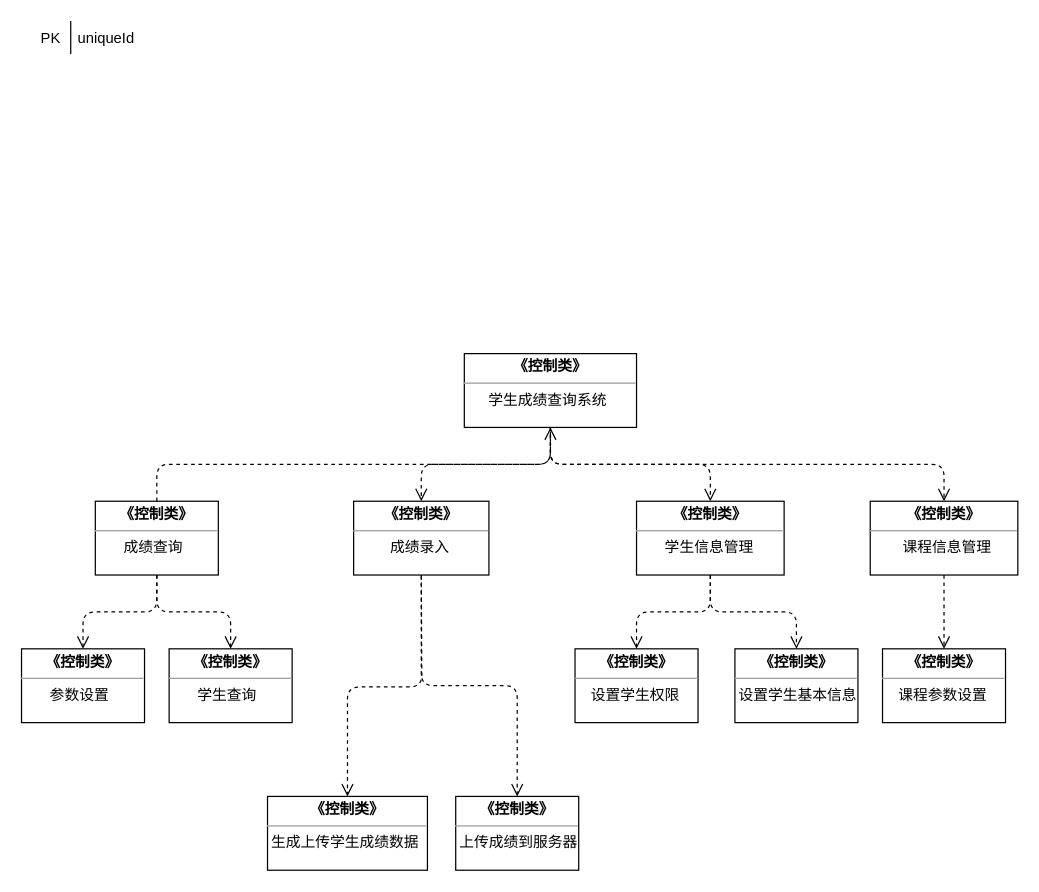
lds55/-UML keeps this draw.io diagram as 学生成绩查询系统控制类关系图.drawio. Above is the earlier version. Source tidied: cells renumbered, new cells numbered last; positions are measured from the earlier drawing's top-left corner, leaving out a move shared by most shapes. Both pictures are drawn from the tidied source at 123%, with x=0, y=0 at pixel (21, 21).
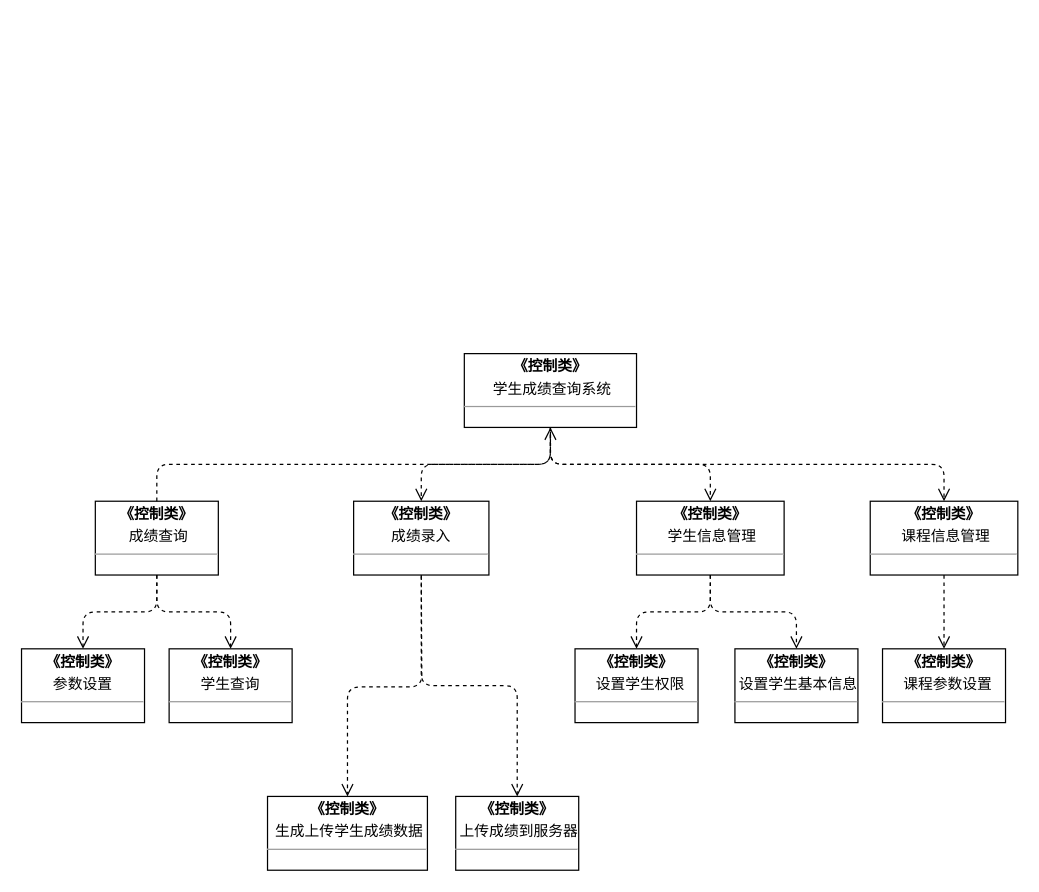
Above is the later version.

Commit message (it also covers changes not shown here):
更新学生成绩查询系统控制类关系图.drawio

Diff of the diagram source:
```diff
@@
-    <mxCell id="2" value="uniqueId" style="shape=partialRectangle;top=0;left=0;right=0;bottom=0;align=left;verticalAlign=top;fillColor=none;spacingLeft=34;spacingRight=4;overflow=hidden;fontSize=12;" parent="1" vertex="1">
-      <mxGeometry x="10" width="90" height="26" as="geometry" />
-    </mxCell>
-    <mxCell id="3" value="PK" style="shape=partialRectangle;top=0;left=0;bottom=0;fillColor=none;align=left;verticalAlign=top;spacingLeft=4;spacingRight=4;overflow=hidden;fontSize=12;" parent="2" vertex="1">
-      <mxGeometry width="30" height="26" as="geometry" />
-    </mxCell>
-    <mxCell id="4" value="&lt;p style=&quot;margin: 0px ; margin-top: 4px ; text-align: center&quot;&gt;&lt;b&gt;《控制类》&lt;/b&gt;&lt;/p&gt;&lt;hr size=&quot;1&quot;&gt;&lt;div style=&quot;height: 2px&quot;&gt;&amp;nbsp; &amp;nbsp; &amp;nbsp; 学生成绩查询系统&lt;/div&gt;" style="verticalAlign=top;align=left;overflow=fill;fontSize=12;fontFamily=Helvetica;html=1;" parent="1" vertex="1">
+    <mxCell id="4" value="&lt;p style=&quot;margin: 0px ; margin-top: 4px ; text-align: center&quot;&gt;&lt;b&gt;《控制类》&lt;/b&gt;&lt;/p&gt;&lt;p style=&quot;margin: 0px ; margin-top: 4px ; text-align: center&quot;&gt;&lt;span&gt;&amp;nbsp;学生成绩查询系统&lt;/span&gt;&lt;/p&gt;&lt;hr size=&quot;1&quot;&gt;&lt;div style=&quot;height: 2px&quot;&gt;&lt;br&gt;&lt;/div&gt;" style="verticalAlign=top;align=left;overflow=fill;fontSize=12;fontFamily=Helvetica;html=1;" parent="1" vertex="1">
       <mxGeometry x="360" y="270" width="140" height="60" as="geometry" />
     </mxCell>
-    <mxCell id="5" value="&lt;p style=&quot;margin: 0px ; margin-top: 4px ; text-align: center&quot;&gt;&lt;b&gt;《控制类》&lt;/b&gt;&lt;/p&gt;&lt;hr size=&quot;1&quot;&gt;&lt;div style=&quot;height: 2px&quot;&gt;&amp;nbsp; &amp;nbsp; &amp;nbsp; &amp;nbsp;成绩查询&lt;/div&gt;" style="verticalAlign=top;align=left;overflow=fill;fontSize=12;fontFamily=Helvetica;html=1;" parent="1" vertex="1">
+    <mxCell id="5" value="&lt;p style=&quot;margin: 0px ; margin-top: 4px ; text-align: center&quot;&gt;&lt;b&gt;《控制类》&lt;/b&gt;&lt;/p&gt;&lt;p style=&quot;margin: 0px ; margin-top: 4px ; text-align: center&quot;&gt;&lt;span&gt;&amp;nbsp;成绩查询&lt;/span&gt;&lt;/p&gt;&lt;hr size=&quot;1&quot;&gt;&lt;div style=&quot;height: 2px&quot;&gt;&lt;br&gt;&lt;/div&gt;" style="verticalAlign=top;align=left;overflow=fill;fontSize=12;fontFamily=Helvetica;html=1;" parent="1" vertex="1">
       <mxGeometry x="60" y="390" width="100" height="60" as="geometry" />
     </mxCell>
-    <mxCell id="6" value="&lt;p style=&quot;margin: 0px ; margin-top: 4px ; text-align: center&quot;&gt;&lt;b&gt;《控制类》&lt;/b&gt;&lt;/p&gt;&lt;hr size=&quot;1&quot;&gt;&lt;div style=&quot;height: 2px&quot;&gt;&amp;nbsp; &amp;nbsp; &amp;nbsp; &amp;nbsp; &amp;nbsp;成绩录入&lt;/div&gt;" style="verticalAlign=top;align=left;overflow=fill;fontSize=12;fontFamily=Helvetica;html=1;" parent="1" vertex="1">
+    <mxCell id="6" value="&lt;p style=&quot;margin: 0px ; margin-top: 4px ; text-align: center&quot;&gt;&lt;b&gt;《控制类》&lt;/b&gt;&lt;/p&gt;&lt;p style=&quot;margin: 0px ; margin-top: 4px ; text-align: center&quot;&gt;&lt;span&gt;成绩录入&lt;/span&gt;&lt;/p&gt;&lt;hr size=&quot;1&quot;&gt;&lt;div style=&quot;height: 2px&quot;&gt;&lt;br&gt;&lt;/div&gt;" style="verticalAlign=top;align=left;overflow=fill;fontSize=12;fontFamily=Helvetica;html=1;" parent="1" vertex="1">
       <mxGeometry x="270" y="390" width="110" height="60" as="geometry" />
     </mxCell>
-    <mxCell id="7" value="&lt;p style=&quot;margin: 0px ; margin-top: 4px ; text-align: center&quot;&gt;&lt;b&gt;《控制类》&lt;/b&gt;&lt;/p&gt;&lt;hr size=&quot;1&quot;&gt;&lt;div style=&quot;height: 2px&quot;&gt;&amp;nbsp; &amp;nbsp; &amp;nbsp; &amp;nbsp;学生信息管理&lt;/div&gt;" style="verticalAlign=top;align=left;overflow=fill;fontSize=12;fontFamily=Helvetica;html=1;" parent="1" vertex="1">
+    <mxCell id="7" value="&lt;p style=&quot;margin: 0px ; margin-top: 4px ; text-align: center&quot;&gt;&lt;b&gt;《控制类》&lt;/b&gt;&lt;/p&gt;&lt;p style=&quot;margin: 0px ; margin-top: 4px ; text-align: center&quot;&gt;&lt;span&gt;&amp;nbsp;学生信息管理&lt;/span&gt;&lt;b&gt;&lt;br&gt;&lt;/b&gt;&lt;/p&gt;&lt;hr size=&quot;1&quot;&gt;&lt;div style=&quot;height: 2px&quot;&gt;&lt;br&gt;&lt;/div&gt;" style="verticalAlign=top;align=left;overflow=fill;fontSize=12;fontFamily=Helvetica;html=1;" parent="1" vertex="1">
       <mxGeometry x="500" y="390" width="120" height="60" as="geometry" />
     </mxCell>
-    <mxCell id="8" value="&lt;p style=&quot;margin: 0px ; margin-top: 4px ; text-align: center&quot;&gt;&lt;b&gt;《控制类》&lt;/b&gt;&lt;/p&gt;&lt;hr size=&quot;1&quot;&gt;&lt;div style=&quot;height: 2px&quot;&gt;&amp;nbsp; &amp;nbsp; &amp;nbsp; &amp;nbsp; 课程信息管理&lt;/div&gt;" style="verticalAlign=top;align=left;overflow=fill;fontSize=12;fontFamily=Helvetica;html=1;" parent="1" vertex="1">
+    <mxCell id="8" value="&lt;p style=&quot;margin: 0px ; margin-top: 4px ; text-align: center&quot;&gt;&lt;b&gt;《控制类》&lt;/b&gt;&lt;/p&gt;&lt;p style=&quot;margin: 0px ; margin-top: 4px ; text-align: center&quot;&gt;&lt;span&gt;&amp;nbsp;课程信息管理&lt;/span&gt;&lt;/p&gt;&lt;hr size=&quot;1&quot;&gt;&lt;div style=&quot;height: 2px&quot;&gt;&lt;br&gt;&lt;/div&gt;" style="verticalAlign=top;align=left;overflow=fill;fontSize=12;fontFamily=Helvetica;html=1;" parent="1" vertex="1">
       <mxGeometry x="690" y="390" width="120" height="60" as="geometry" />
     </mxCell>
@@
-    <mxCell id="13" value="&lt;p style=&quot;margin: 0px ; margin-top: 4px ; text-align: center&quot;&gt;&lt;b&gt;《控制类》&lt;/b&gt;&lt;/p&gt;&lt;hr size=&quot;1&quot;&gt;&lt;div style=&quot;height: 2px&quot;&gt;&amp;nbsp; &amp;nbsp; &amp;nbsp; &amp;nbsp;参数设置&lt;/div&gt;" style="verticalAlign=top;align=left;overflow=fill;fontSize=12;fontFamily=Helvetica;html=1;" parent="1" vertex="1">
+    <mxCell id="13" value="&lt;p style=&quot;margin: 0px ; margin-top: 4px ; text-align: center&quot;&gt;&lt;b&gt;《控制类》&lt;/b&gt;&lt;/p&gt;&lt;p style=&quot;margin: 0px ; margin-top: 4px ; text-align: center&quot;&gt;&lt;span&gt;参数设置&lt;/span&gt;&lt;/p&gt;&lt;hr size=&quot;1&quot;&gt;&lt;div style=&quot;height: 2px&quot;&gt;&lt;br&gt;&lt;/div&gt;" style="verticalAlign=top;align=left;overflow=fill;fontSize=12;fontFamily=Helvetica;html=1;" parent="1" vertex="1">
       <mxGeometry y="510" width="100" height="60" as="geometry" />
     </mxCell>
-    <mxCell id="14" value="&lt;p style=&quot;margin: 0px ; margin-top: 4px ; text-align: center&quot;&gt;&lt;b&gt;《控制类》&lt;/b&gt;&lt;/p&gt;&lt;hr size=&quot;1&quot;&gt;&lt;div style=&quot;height: 2px&quot;&gt;&amp;nbsp; &amp;nbsp; &amp;nbsp; &amp;nbsp;学生查询&lt;/div&gt;" style="verticalAlign=top;align=left;overflow=fill;fontSize=12;fontFamily=Helvetica;html=1;" parent="1" vertex="1">
+    <mxCell id="14" value="&lt;p style=&quot;margin: 0px ; margin-top: 4px ; text-align: center&quot;&gt;&lt;b&gt;《控制类》&lt;/b&gt;&lt;/p&gt;&lt;p style=&quot;margin: 0px ; margin-top: 4px ; text-align: center&quot;&gt;&lt;span&gt;学生查询&lt;/span&gt;&lt;/p&gt;&lt;hr size=&quot;1&quot;&gt;&lt;div style=&quot;height: 2px&quot;&gt;&lt;br&gt;&lt;/div&gt;" style="verticalAlign=top;align=left;overflow=fill;fontSize=12;fontFamily=Helvetica;html=1;" parent="1" vertex="1">
       <mxGeometry x="120" y="510" width="100" height="60" as="geometry" />
     </mxCell>
-    <mxCell id="15" value="&lt;p style=&quot;margin: 0px ; margin-top: 4px ; text-align: center&quot;&gt;&lt;b&gt;《控制类》&lt;/b&gt;&lt;/p&gt;&lt;hr size=&quot;1&quot;&gt;&lt;div style=&quot;height: 2px&quot;&gt;&amp;nbsp;生成上传学生&lt;span&gt;成绩数据&lt;/span&gt;&lt;/div&gt;" style="verticalAlign=top;align=left;overflow=fill;fontSize=12;fontFamily=Helvetica;html=1;" parent="1" vertex="1">
+    <mxCell id="15" value="&lt;p style=&quot;margin: 0px ; margin-top: 4px ; text-align: center&quot;&gt;&lt;b&gt;《控制类》&lt;/b&gt;&lt;/p&gt;&lt;p style=&quot;margin: 0px ; margin-top: 4px ; text-align: center&quot;&gt;&lt;span&gt;&amp;nbsp;生成上传学生&lt;/span&gt;&lt;span&gt;成绩数据&lt;/span&gt;&lt;b&gt;&lt;br&gt;&lt;/b&gt;&lt;/p&gt;&lt;hr size=&quot;1&quot;&gt;&lt;div style=&quot;height: 2px&quot;&gt;&lt;br&gt;&lt;/div&gt;" style="verticalAlign=top;align=left;overflow=fill;fontSize=12;fontFamily=Helvetica;html=1;" parent="1" vertex="1">
       <mxGeometry x="200" y="630" width="130" height="60" as="geometry" />
     </mxCell>
-    <mxCell id="16" value="&lt;p style=&quot;margin: 0px ; margin-top: 4px ; text-align: center&quot;&gt;&lt;b&gt;《控制类》&lt;/b&gt;&lt;/p&gt;&lt;hr size=&quot;1&quot;&gt;&lt;div style=&quot;height: 2px&quot;&gt;&amp;nbsp;设置学生基本信息&lt;/div&gt;" style="verticalAlign=top;align=left;overflow=fill;fontSize=12;fontFamily=Helvetica;html=1;" parent="1" vertex="1">
+    <mxCell id="16" value="&lt;p style=&quot;margin: 0px ; margin-top: 4px ; text-align: center&quot;&gt;&lt;b&gt;《控制类》&lt;/b&gt;&lt;/p&gt;&lt;p style=&quot;margin: 0px ; margin-top: 4px ; text-align: center&quot;&gt;&lt;span&gt;&amp;nbsp;设置学生基本信息&lt;/span&gt;&lt;b&gt;&lt;br&gt;&lt;/b&gt;&lt;/p&gt;&lt;hr size=&quot;1&quot;&gt;&lt;div style=&quot;height: 2px&quot;&gt;&lt;br&gt;&lt;/div&gt;" style="verticalAlign=top;align=left;overflow=fill;fontSize=12;fontFamily=Helvetica;html=1;" parent="1" vertex="1">
       <mxGeometry x="580" y="510" width="100" height="60" as="geometry" />
     </mxCell>
-    <mxCell id="17" value="&lt;p style=&quot;margin: 0px ; margin-top: 4px ; text-align: center&quot;&gt;&lt;b&gt;《控制类》&lt;/b&gt;&lt;/p&gt;&lt;hr size=&quot;1&quot;&gt;&lt;div style=&quot;height: 2px&quot;&gt;&amp;nbsp; &amp;nbsp; 设置学生权限&lt;/div&gt;" style="verticalAlign=top;align=left;overflow=fill;fontSize=12;fontFamily=Helvetica;html=1;" parent="1" vertex="1">
+    <mxCell id="17" value="&lt;p style=&quot;margin: 0px ; margin-top: 4px ; text-align: center&quot;&gt;&lt;b&gt;《控制类》&lt;/b&gt;&lt;/p&gt;&lt;p style=&quot;margin: 0px ; margin-top: 4px ; text-align: center&quot;&gt;&lt;span&gt;&amp;nbsp; 设置学生权限&lt;/span&gt;&lt;b&gt;&lt;br&gt;&lt;/b&gt;&lt;/p&gt;&lt;hr size=&quot;1&quot;&gt;&lt;div style=&quot;height: 2px&quot;&gt;&lt;br&gt;&lt;/div&gt;" style="verticalAlign=top;align=left;overflow=fill;fontSize=12;fontFamily=Helvetica;html=1;" parent="1" vertex="1">
       <mxGeometry x="450" y="510" width="100" height="60" as="geometry" />
     </mxCell>
-    <mxCell id="18" value="&lt;p style=&quot;margin: 0px ; margin-top: 4px ; text-align: center&quot;&gt;&lt;b&gt;《控制类》&lt;/b&gt;&lt;/p&gt;&lt;hr size=&quot;1&quot;&gt;&lt;div style=&quot;height: 2px&quot;&gt;&amp;nbsp;上传成绩到服务器&lt;/div&gt;" style="verticalAlign=top;align=left;overflow=fill;fontSize=12;fontFamily=Helvetica;html=1;" parent="1" vertex="1">
+    <mxCell id="18" value="&lt;p style=&quot;margin: 0px ; margin-top: 4px ; text-align: center&quot;&gt;&lt;b&gt;《控制类》&lt;/b&gt;&lt;/p&gt;&lt;p style=&quot;margin: 0px ; margin-top: 4px ; text-align: center&quot;&gt;&lt;span&gt;&amp;nbsp;上传成绩到服务器&lt;/span&gt;&lt;b&gt;&lt;br&gt;&lt;/b&gt;&lt;/p&gt;&lt;hr size=&quot;1&quot;&gt;&lt;div style=&quot;height: 2px&quot;&gt;&lt;br&gt;&lt;/div&gt;" style="verticalAlign=top;align=left;overflow=fill;fontSize=12;fontFamily=Helvetica;html=1;" parent="1" vertex="1">
       <mxGeometry x="353" y="630" width="100" height="60" as="geometry" />
     </mxCell>
-    <mxCell id="19" value="&lt;p style=&quot;margin: 0px ; margin-top: 4px ; text-align: center&quot;&gt;&lt;b&gt;《控制类》&lt;/b&gt;&lt;/p&gt;&lt;hr size=&quot;1&quot;&gt;&lt;div style=&quot;height: 2px&quot;&gt;&amp;nbsp; &amp;nbsp; 课程参数设置&lt;/div&gt;" style="verticalAlign=top;align=left;overflow=fill;fontSize=12;fontFamily=Helvetica;html=1;" parent="1" vertex="1">
+    <mxCell id="19" value="&lt;p style=&quot;margin: 0px ; margin-top: 4px ; text-align: center&quot;&gt;&lt;b&gt;《控制类》&lt;/b&gt;&lt;/p&gt;&lt;p style=&quot;margin: 0px ; margin-top: 4px ; text-align: center&quot;&gt;&lt;span&gt;&amp;nbsp; 课程参数设置&lt;/span&gt;&lt;b&gt;&lt;br&gt;&lt;/b&gt;&lt;/p&gt;&lt;hr size=&quot;1&quot;&gt;&lt;div style=&quot;height: 2px&quot;&gt;&lt;br&gt;&lt;/div&gt;" style="verticalAlign=top;align=left;overflow=fill;fontSize=12;fontFamily=Helvetica;html=1;" parent="1" vertex="1">
       <mxGeometry x="700" y="510" width="100" height="60" as="geometry" />
     </mxCell>
```
